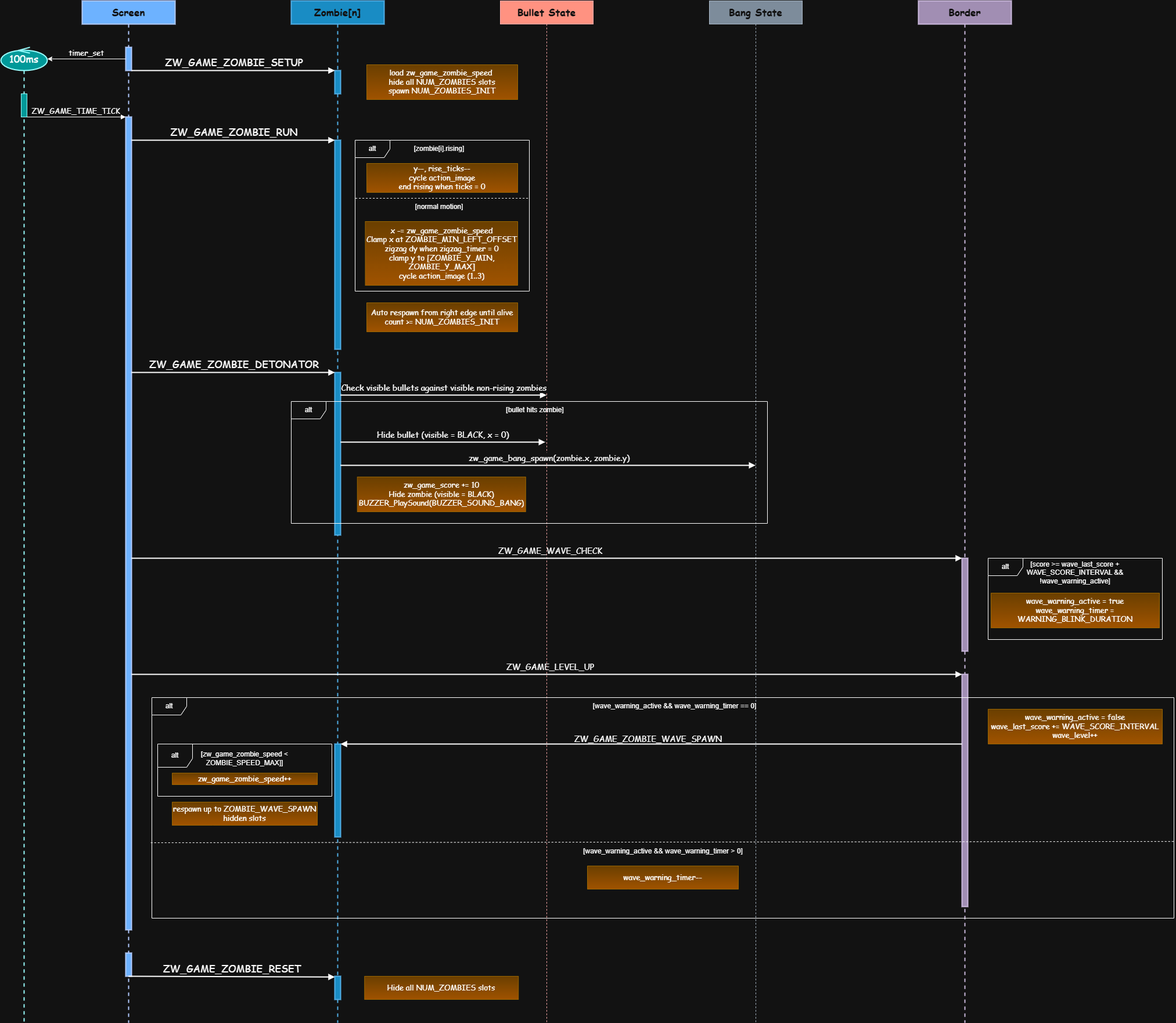
Above: resources/images/sequence_object/zw_game_zombie_sequence.png in caotrongphuoc/mini-clock (draw.io), before the change. Source tidied: cells renumbered, new cells last; positions are measured from the earlier drawing's top-left corner, leaving out a move shared by most shapes.
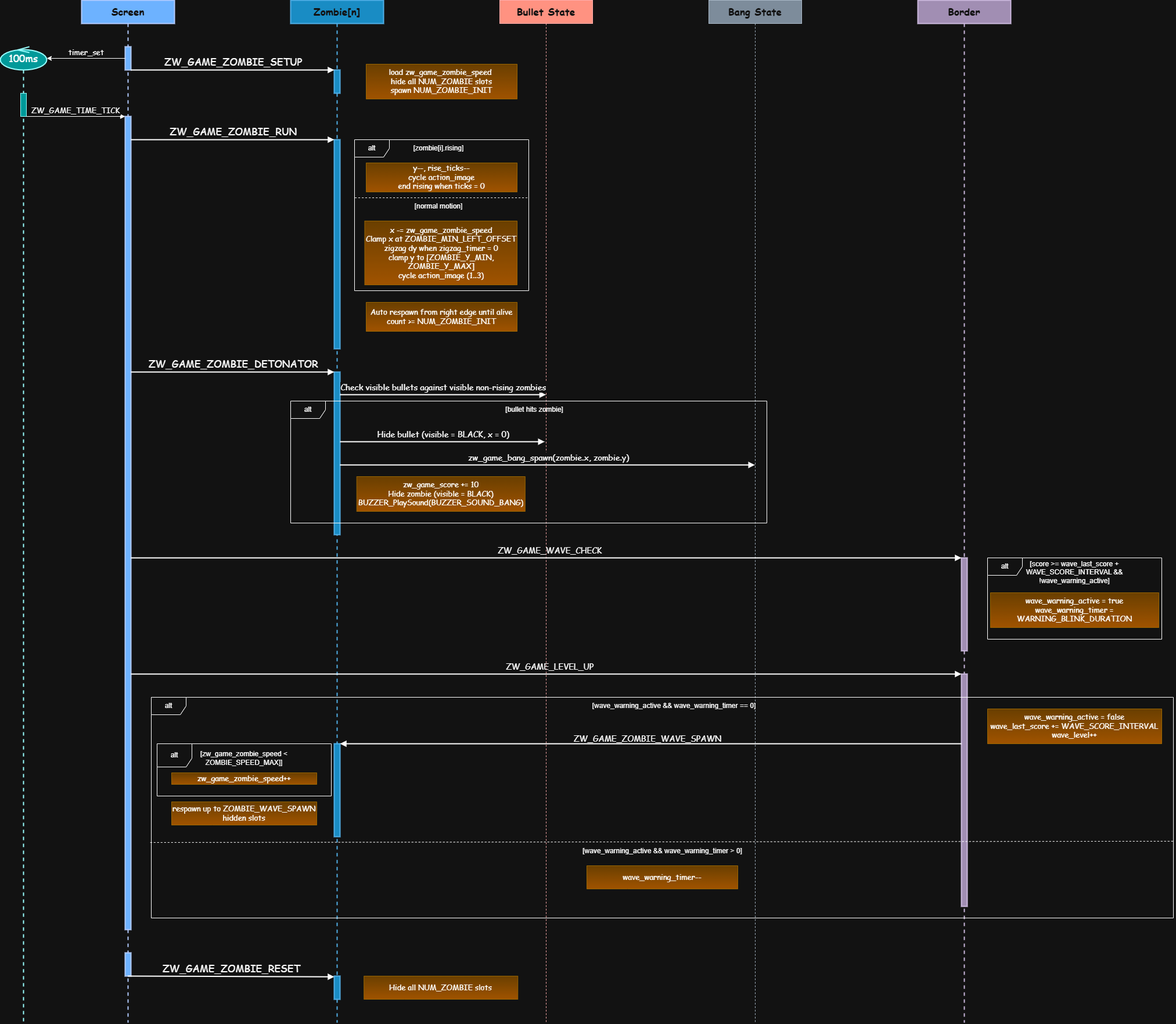
Later version of the same file.

What changed in the source:
```diff
@@ -66,7 +66,7 @@
     <mxCell id="20" value="Bang State" style="shape=umlLifeline;perimeter=lifelinePerimeter;whiteSpace=wrap;html=1;newEdgeStyle={&quot;curved&quot;:0,&quot;rounded&quot;:0};fontSize=17;fontFamily=Comic Sans MS;fontStyle=1;fillColor=light-dark(#A0522D,#7D8C9B);strokeColor=light-dark(#6D1F00,#A9B8C7);fontColor=#ffffff;" parent="1" vertex="1">
       <mxGeometry x="1220" width="160" height="1760" as="geometry" />
     </mxCell>
-    <mxCell id="21" value="&lt;div&gt;&lt;span style=&quot;background-color: transparent; color: light-dark(rgb(0, 0, 0), rgb(255, 255, 255));&quot;&gt;load zw_game_zombie_speed&amp;nbsp;&lt;/span&gt;&lt;/div&gt;&lt;div&gt;hide all NUM_ZOMBIES slots&lt;/div&gt;&lt;div&gt;spawn NUM_ZOMBIES_INIT&lt;/div&gt;" style="whiteSpace=wrap;html=1;shape=mxgraph.basic.rectCallout;dx=70.07;dy=0;boundedLbl=1;fillColor=#ffcd28;gradientColor=#ffa500;strokeColor=#d79b00;fontSize=13;fontFamily=Comic Sans MS;" parent="1" vertex="1">
+    <mxCell id="21" value="&lt;div&gt;&lt;span style=&quot;background-color: transparent; color: light-dark(rgb(0, 0, 0), rgb(255, 255, 255));&quot;&gt;load zw_game_zombie_speed&amp;nbsp;&lt;/span&gt;&lt;/div&gt;&lt;div&gt;hide all NUM_ZOMBIE slots&lt;/div&gt;&lt;div&gt;spawn NUM_ZOMBIE_INIT&lt;/div&gt;" style="whiteSpace=wrap;html=1;shape=mxgraph.basic.rectCallout;dx=70.07;dy=0;boundedLbl=1;fillColor=#ffcd28;gradientColor=#ffa500;strokeColor=#d79b00;fontSize=13;fontFamily=Comic Sans MS;" parent="1" vertex="1">
       <mxGeometry x="630" y="110" width="260" height="60" as="geometry" />
     </mxCell>
     <mxCell id="22" value="alt" style="shape=umlFrame;whiteSpace=wrap;html=1;" parent="1" vertex="1">
@@ -90,7 +90,7 @@
     <mxCell id="27" value="&lt;div&gt;x -= zw_game_zombie_speed&lt;/div&gt;&lt;div&gt;Clamp x at ZOMBIE_MIN_LEFT_OFFSET&lt;/div&gt;&lt;div&gt;zigzag dy when zigzag_timer = 0&lt;/div&gt;&lt;div&gt;clamp y to [ZOMBIE_Y_MIN, ZOMBIE_Y_MAX]&lt;/div&gt;&lt;div&gt;cycle action_image (1..3)&lt;/div&gt;" style="whiteSpace=wrap;html=1;shape=mxgraph.basic.rectCallout;dx=70.07;dy=0;boundedLbl=1;fillColor=#ffcd28;gradientColor=#ffa500;strokeColor=#d79b00;fontSize=13;fontFamily=Comic Sans MS;" parent="1" vertex="1">
       <mxGeometry x="627.5" y="380" width="262.5" height="110" as="geometry" />
     </mxCell>
-    <mxCell id="28" value="Auto respawn from right edge until alive count &amp;gt;= NUM_ZOMBIES_INIT" style="whiteSpace=wrap;html=1;shape=mxgraph.basic.rectCallout;dx=70.07;dy=0;boundedLbl=1;fillColor=#ffcd28;gradientColor=#ffa500;strokeColor=#d79b00;fontSize=13;fontFamily=Comic Sans MS;" parent="1" vertex="1">
+    <mxCell id="28" value="Auto respawn from right edge until alive count &amp;gt;= NUM_ZOMBIE_INIT" style="whiteSpace=wrap;html=1;shape=mxgraph.basic.rectCallout;dx=70.07;dy=0;boundedLbl=1;fillColor=#ffcd28;gradientColor=#ffa500;strokeColor=#d79b00;fontSize=13;fontFamily=Comic Sans MS;" parent="1" vertex="1">
       <mxGeometry x="630" y="520" width="260" height="50" as="geometry" />
     </mxCell>
     <mxCell id="29" value="Check visible bullets against visible non-rising zombies" style="verticalAlign=bottom;endArrow=block;curved=0;rounded=0;fontSize=14;fontStyle=0;labelBackgroundColor=default;fontFamily=Comic Sans MS;strokeWidth=2;" parent="1" edge="1">
@@ -125,7 +125,7 @@
         <mxPoint x="575" y="1681.2" as="targetPoint" />
       </mxGeometry>
     </mxCell>
-    <mxCell id="36" value="&lt;div&gt;&lt;span style=&quot;background-color: transparent; color: light-dark(rgb(0, 0, 0), rgb(255, 255, 255));&quot;&gt;Hide all NUM_ZOMBIES slots&lt;/span&gt;&lt;/div&gt;" style="whiteSpace=wrap;html=1;shape=mxgraph.basic.rectCallout;dx=70.07;dy=0;boundedLbl=1;fillColor=#ffcd28;gradientColor=#ffa500;strokeColor=#d79b00;fontSize=13;fontFamily=Comic Sans MS;" parent="1" vertex="1">
+    <mxCell id="36" value="&lt;div&gt;&lt;span style=&quot;background-color: transparent; color: light-dark(rgb(0, 0, 0), rgb(255, 255, 255));&quot;&gt;Hide all NUM_ZOMBIE slots&lt;/span&gt;&lt;/div&gt;" style="whiteSpace=wrap;html=1;shape=mxgraph.basic.rectCallout;dx=70.07;dy=0;boundedLbl=1;fillColor=#ffcd28;gradientColor=#ffa500;strokeColor=#d79b00;fontSize=13;fontFamily=Comic Sans MS;" parent="1" vertex="1">
       <mxGeometry x="626.2" y="1680" width="265" height="40" as="geometry" />
     </mxCell>
     <mxCell id="37" value="Border" style="shape=umlLifeline;perimeter=lifelinePerimeter;whiteSpace=wrap;html=1;newEdgeStyle={&quot;edgeStyle&quot;:&quot;elbowEdgeStyle&quot;,&quot;elbow&quot;:&quot;vertical&quot;,&quot;curved&quot;:0,&quot;rounded&quot;:0};fillColor=#76608a;fontColor=#ffffff;strokeColor=#432D57;fontSize=17;fontStyle=1;labelBackgroundColor=none;fontFamily=Comic Sans MS;strokeWidth=2;" parent="1" vertex="1">
```
